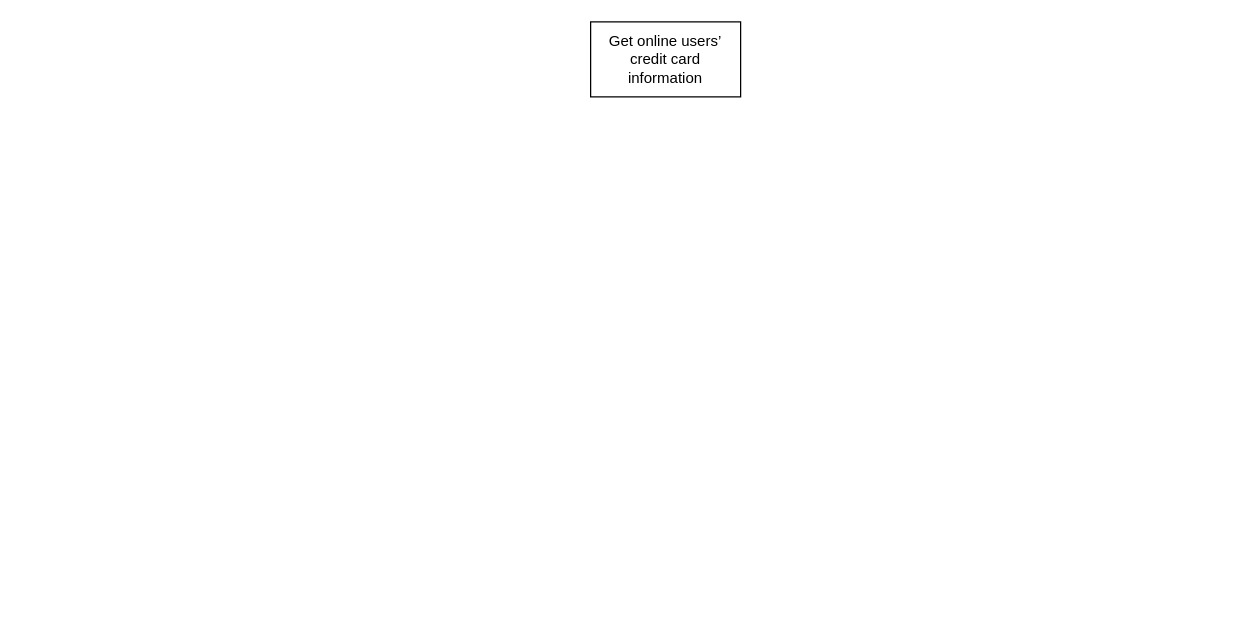
Before: Untitled Diagram.drawio in Jake-Davis788/discussion, a draw.io diagram. Source tidied: cells renumbered, new cells numbered last; positions are measured from the earlier drawing's top-left corner, leaving out a move shared by most shapes. Both pictures are drawn from the tidied source at 125%, with x=0, y=0 at pixel (590, 21).
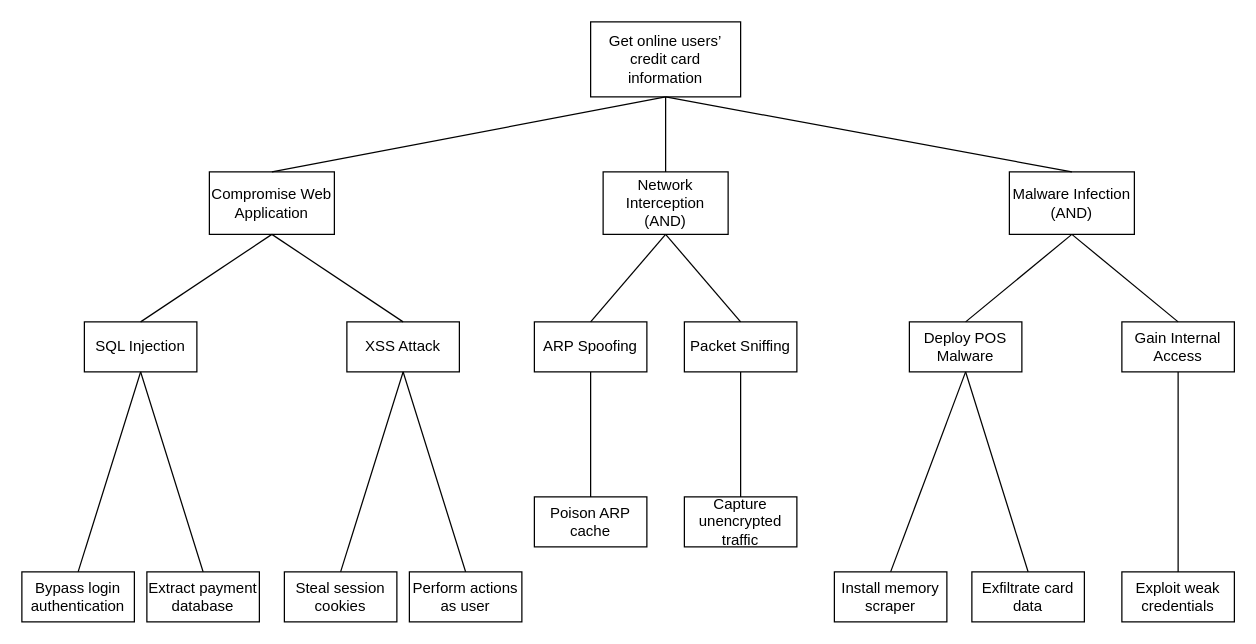
The same diagram, later.

The change refers to these unchanged cells:
```xml
<mxCell id="2" value="Get online users’ credit card information" style="rounded=0;whiteSpace=wrap;html=1;" parent="1" vertex="1">
  <mxGeometry width="120" height="60" as="geometry" />
</mxCell>
```

What changed in the source:
```diff
@@
+    <mxCell id="3" value="Compromise Web Application" style="rounded=0;whiteSpace=wrap;html=1;" parent="1" vertex="1">
+      <mxGeometry x="-305" y="120" width="100" height="50" as="geometry" />
+    </mxCell>
+    <mxCell id="4" value="Network Interception (AND)" style="rounded=0;whiteSpace=wrap;html=1;" parent="1" vertex="1">
+      <mxGeometry x="10" y="120" width="100" height="50" as="geometry" />
+    </mxCell>
+    <mxCell id="5" value="Malware Infection (AND)" style="rounded=0;whiteSpace=wrap;html=1;" parent="1" vertex="1">
+      <mxGeometry x="335" y="120" width="100" height="50" as="geometry" />
+    </mxCell>
+    <mxCell id="6" value="SQL Injection" style="rounded=0;whiteSpace=wrap;html=1;" parent="1" vertex="1">
+      <mxGeometry x="-405" y="240" width="90" height="40" as="geometry" />
+    </mxCell>
+    <mxCell id="7" value="XSS Attack" style="rounded=0;whiteSpace=wrap;html=1;" parent="1" vertex="1">
+      <mxGeometry x="-195" y="240" width="90" height="40" as="geometry" />
+    </mxCell>
+    <mxCell id="8" value="ARP Spoofing" style="rounded=0;whiteSpace=wrap;html=1;" parent="1" vertex="1">
+      <mxGeometry x="-45" y="240" width="90" height="40" as="geometry" />
+    </mxCell>
+    <mxCell id="9" value="Packet Sniffing" style="rounded=0;whiteSpace=wrap;html=1;" parent="1" vertex="1">
+      <mxGeometry x="75" y="240" width="90" height="40" as="geometry" />
+    </mxCell>
+    <mxCell id="10" value="Deploy POS Malware" style="rounded=0;whiteSpace=wrap;html=1;" parent="1" vertex="1">
+      <mxGeometry x="255" y="240" width="90" height="40" as="geometry" />
+    </mxCell>
+    <mxCell id="11" value="Gain Internal Access" style="rounded=0;whiteSpace=wrap;html=1;" parent="1" vertex="1">
+      <mxGeometry x="425" y="240" width="90" height="40" as="geometry" />
+    </mxCell>
+    <mxCell id="12" value="Steal session cookies" style="rounded=0;whiteSpace=wrap;html=1;" parent="1" vertex="1">
+      <mxGeometry x="-245" y="440" width="90" height="40" as="geometry" />
+    </mxCell>
+    <mxCell id="13" value="Perform actions as user" style="rounded=0;whiteSpace=wrap;html=1;" parent="1" vertex="1">
+      <mxGeometry x="-145" y="440" width="90" height="40" as="geometry" />
+    </mxCell>
+    <mxCell id="14" value="Poison ARP cache" style="rounded=0;whiteSpace=wrap;html=1;" parent="1" vertex="1">
+      <mxGeometry x="-45" y="380" width="90" height="40" as="geometry" />
+    </mxCell>
+    <mxCell id="15" value="Capture unencrypted traffic" style="rounded=0;whiteSpace=wrap;html=1;" parent="1" vertex="1">
+      <mxGeometry x="75" y="380" width="90" height="40" as="geometry" />
+    </mxCell>
+    <mxCell id="16" value="Bypass login authentication" style="rounded=0;whiteSpace=wrap;html=1;" parent="1" vertex="1">
+      <mxGeometry x="-455" y="440" width="90" height="40" as="geometry" />
+    </mxCell>
+    <mxCell id="17" value="Extract payment database" style="rounded=0;whiteSpace=wrap;html=1;" parent="1" vertex="1">
+      <mxGeometry x="-355" y="440" width="90" height="40" as="geometry" />
+    </mxCell>
+    <mxCell id="18" value="Install memory scraper" style="rounded=0;whiteSpace=wrap;html=1;" parent="1" vertex="1">
+      <mxGeometry x="195" y="440" width="90" height="40" as="geometry" />
+    </mxCell>
+    <mxCell id="19" value="Exfiltrate card data" style="rounded=0;whiteSpace=wrap;html=1;" parent="1" vertex="1">
+      <mxGeometry x="305" y="440" width="90" height="40" as="geometry" />
+    </mxCell>
+    <mxCell id="20" value="Exploit weak credentials" style="rounded=0;whiteSpace=wrap;html=1;" parent="1" vertex="1">
+      <mxGeometry x="425" y="440" width="90" height="40" as="geometry" />
+    </mxCell>
+    <mxCell id="21" style="endArrow=none;html=1;rounded=0;entryX=0.5;entryY=1;entryDx=0;entryDy=0;exitX=0.5;exitY=0;exitDx=0;exitDy=0;" parent="1" edge="1" source="3" target="2">
+      <mxGeometry relative="1" as="geometry" />
+    </mxCell>
+    <mxCell id="22" style="endArrow=none;html=1;rounded=0;exitX=0.5;exitY=0;exitDx=0;exitDy=0;entryX=0.5;entryY=1;entryDx=0;entryDy=0;" parent="1" edge="1" source="4" target="2">
+      <mxGeometry relative="1" as="geometry" />
+    </mxCell>
+    <mxCell id="23" style="endArrow=none;html=1;rounded=0;exitX=0.5;exitY=0;exitDx=0;exitDy=0;entryX=0.5;entryY=1;entryDx=0;entryDy=0;" parent="1" edge="1" source="5" target="2">
+      <mxGeometry relative="1" as="geometry" />
+    </mxCell>
+    <mxCell id="24" style="endArrow=none;html=1;rounded=0;exitX=0.5;exitY=0;exitDx=0;exitDy=0;entryX=0.5;entryY=1;entryDx=0;entryDy=0;" parent="1" edge="1" source="6" target="3">
+      <mxGeometry relative="1" as="geometry" />
+    </mxCell>
+    <mxCell id="25" style="endArrow=none;html=1;rounded=0;entryX=0.5;entryY=1;entryDx=0;entryDy=0;exitX=0.5;exitY=0;exitDx=0;exitDy=0;" parent="1" edge="1" source="7" target="3">
+      <mxGeometry relative="1" as="geometry" />
+    </mxCell>
+    <mxCell id="26" style="endArrow=none;html=1;rounded=0;exitX=0.5;exitY=0;exitDx=0;exitDy=0;entryX=0.5;entryY=1;entryDx=0;entryDy=0;" parent="1" edge="1" source="8" target="4">
+      <mxGeometry relative="1" as="geometry" />
+    </mxCell>
+    <mxCell id="27" style="endArrow=none;html=1;rounded=0;exitX=0.5;exitY=0;exitDx=0;exitDy=0;entryX=0.5;entryY=1;entryDx=0;entryDy=0;" parent="1" edge="1" source="9" target="4">
+      <mxGeometry relative="1" as="geometry" />
+    </mxCell>
+    <mxCell id="28" style="endArrow=none;html=1;rounded=0;exitX=0.5;exitY=0;exitDx=0;exitDy=0;entryX=0.5;entryY=1;entryDx=0;entryDy=0;" parent="1" edge="1" source="10" target="5">
+      <mxGeometry relative="1" as="geometry" />
+    </mxCell>
+    <mxCell id="29" style="endArrow=none;html=1;rounded=0;exitX=0.5;exitY=0;exitDx=0;exitDy=0;entryX=0.5;entryY=1;entryDx=0;entryDy=0;" parent="1" edge="1" source="11" target="5">
+      <mxGeometry relative="1" as="geometry" />
+    </mxCell>
+    <mxCell id="30" style="endArrow=none;html=1;rounded=0;exitX=0.5;exitY=0;exitDx=0;exitDy=0;entryX=0.5;entryY=1;entryDx=0;entryDy=0;" parent="1" edge="1" source="16" target="6">
+      <mxGeometry relative="1" as="geometry" />
+    </mxCell>
+    <mxCell id="31" style="endArrow=none;html=1;rounded=0;exitX=0.5;exitY=0;exitDx=0;exitDy=0;entryX=0.5;entryY=1;entryDx=0;entryDy=0;" parent="1" edge="1" source="17" target="6">
+      <mxGeometry relative="1" as="geometry" />
+    </mxCell>
+    <mxCell id="32" style="endArrow=none;html=1;rounded=0;exitX=0.5;exitY=0;exitDx=0;exitDy=0;entryX=0.5;entryY=1;entryDx=0;entryDy=0;" parent="1" edge="1" source="12" target="7">
+      <mxGeometry relative="1" as="geometry" />
+    </mxCell>
+    <mxCell id="33" style="endArrow=none;html=1;rounded=0;exitX=0.5;exitY=0;exitDx=0;exitDy=0;entryX=0.5;entryY=1;entryDx=0;entryDy=0;" parent="1" edge="1" source="13" target="7">
+      <mxGeometry relative="1" as="geometry" />
+    </mxCell>
+    <mxCell id="34" style="endArrow=none;html=1;rounded=0;exitX=0.5;exitY=0;exitDx=0;exitDy=0;entryX=0.5;entryY=1;entryDx=0;entryDy=0;" parent="1" edge="1" source="14" target="8">
+      <mxGeometry relative="1" as="geometry" />
+    </mxCell>
+    <mxCell id="35" style="endArrow=none;html=1;rounded=0;exitX=0.5;exitY=0;exitDx=0;exitDy=0;entryX=0.5;entryY=1;entryDx=0;entryDy=0;" parent="1" edge="1" source="15" target="9">
+      <mxGeometry relative="1" as="geometry" />
+    </mxCell>
+    <mxCell id="36" style="endArrow=none;html=1;rounded=0;exitX=0.5;exitY=0;exitDx=0;exitDy=0;entryX=0.5;entryY=1;entryDx=0;entryDy=0;" parent="1" edge="1" source="18" target="10">
+      <mxGeometry relative="1" as="geometry" />
+    </mxCell>
+    <mxCell id="37" style="endArrow=none;html=1;rounded=0;exitX=0.5;exitY=0;exitDx=0;exitDy=0;entryX=0.5;entryY=1;entryDx=0;entryDy=0;" parent="1" edge="1" source="19" target="10">
+      <mxGeometry relative="1" as="geometry" />
+    </mxCell>
+    <mxCell id="38" style="endArrow=none;html=1;rounded=0;exitX=0.5;exitY=0;exitDx=0;exitDy=0;entryX=0.5;entryY=1;entryDx=0;entryDy=0;" parent="1" edge="1" source="20" target="11">
+      <mxGeometry relative="1" as="geometry" />
+    </mxCell>
```
